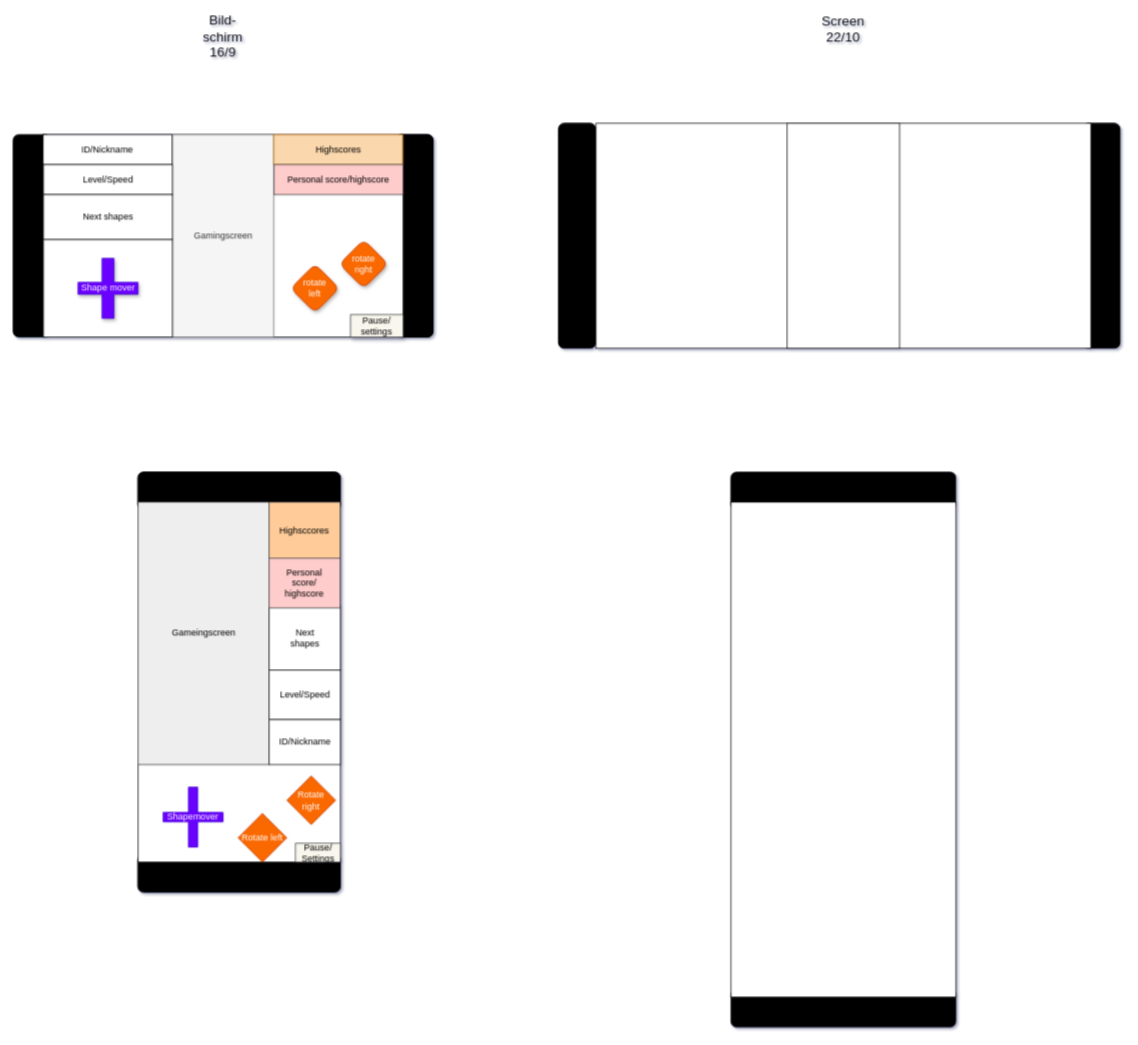
Above: lib/documentation/Screen build.drawio in AUSoft-Kassel/tetris (draw.io), before the change. Source tidied: cells renumbered, new cells numbered last; positions are measured from the earlier drawing's top-left corner, leaving out a move shared by most shapes. Both pictures are drawn from the tidied source at 75%, with x=0, y=0 at pixel (13, 22).
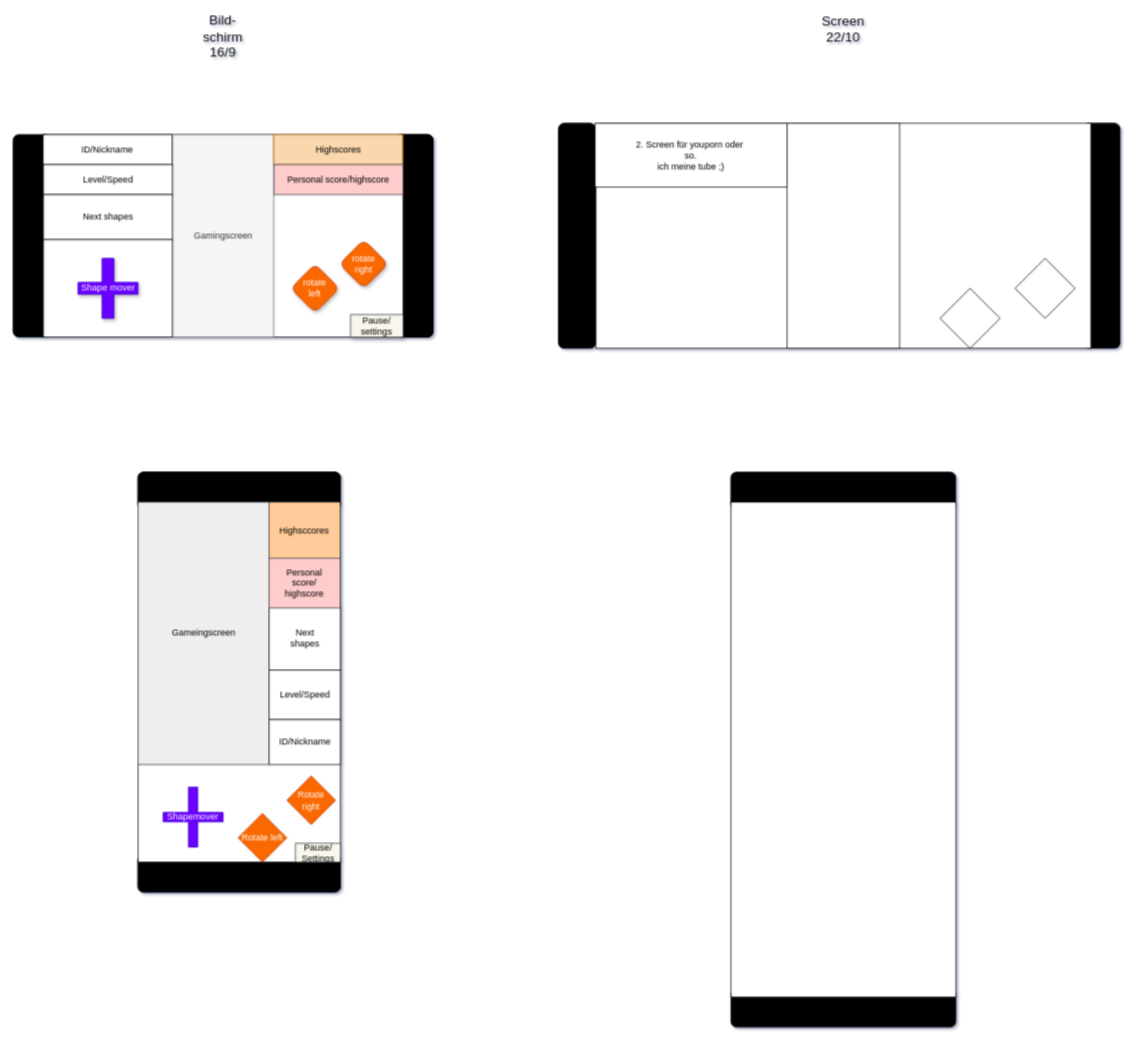
After the change.

What changed in the source:
```diff
@@
+    <mxCell id="41" style="rhombus;whiteSpace=wrap;html=1;strokeColor=#000000;fillColor=#FFFFFF;" parent="1" vertex="1">
+      <mxGeometry x="1336" y="315" width="80" height="80" as="geometry" />
+    </mxCell>
+    <mxCell id="42" style="rhombus;whiteSpace=wrap;html=1;strokeColor=#000000;fillColor=#FFFFFF;" parent="1" vertex="1">
+      <mxGeometry x="1236" y="355" width="80" height="80" as="geometry" />
+    </mxCell>
+    <mxCell id="43" value="2. Screen für youporn oder&amp;nbsp;&lt;br&gt;so.&lt;br&gt;ich meine tube ;)" style="rounded=0;whiteSpace=wrap;html=1;strokeColor=#000000;fillColor=#FFFFFF;" parent="1" vertex="1">
+      <mxGeometry x="776" y="135" width="256" height="85" as="geometry" />
+    </mxCell>
```
